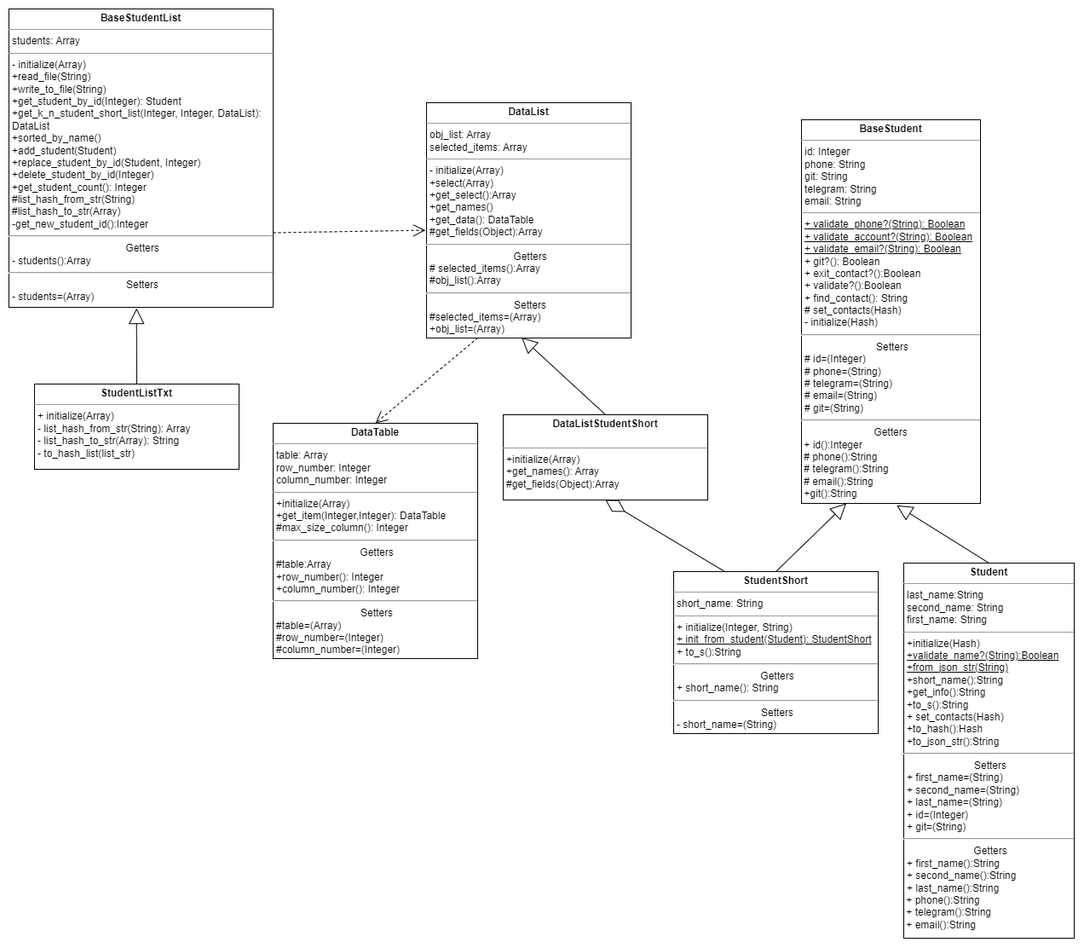
Before: lab2/diagrams/student_diagr.png, a diagram exported from draw.io (rmyau/pattern_labs). Source tidied: cells renumbered, new cells last; positions are measured from the earlier drawing's top-left corner, leaving out a move shared by most shapes.
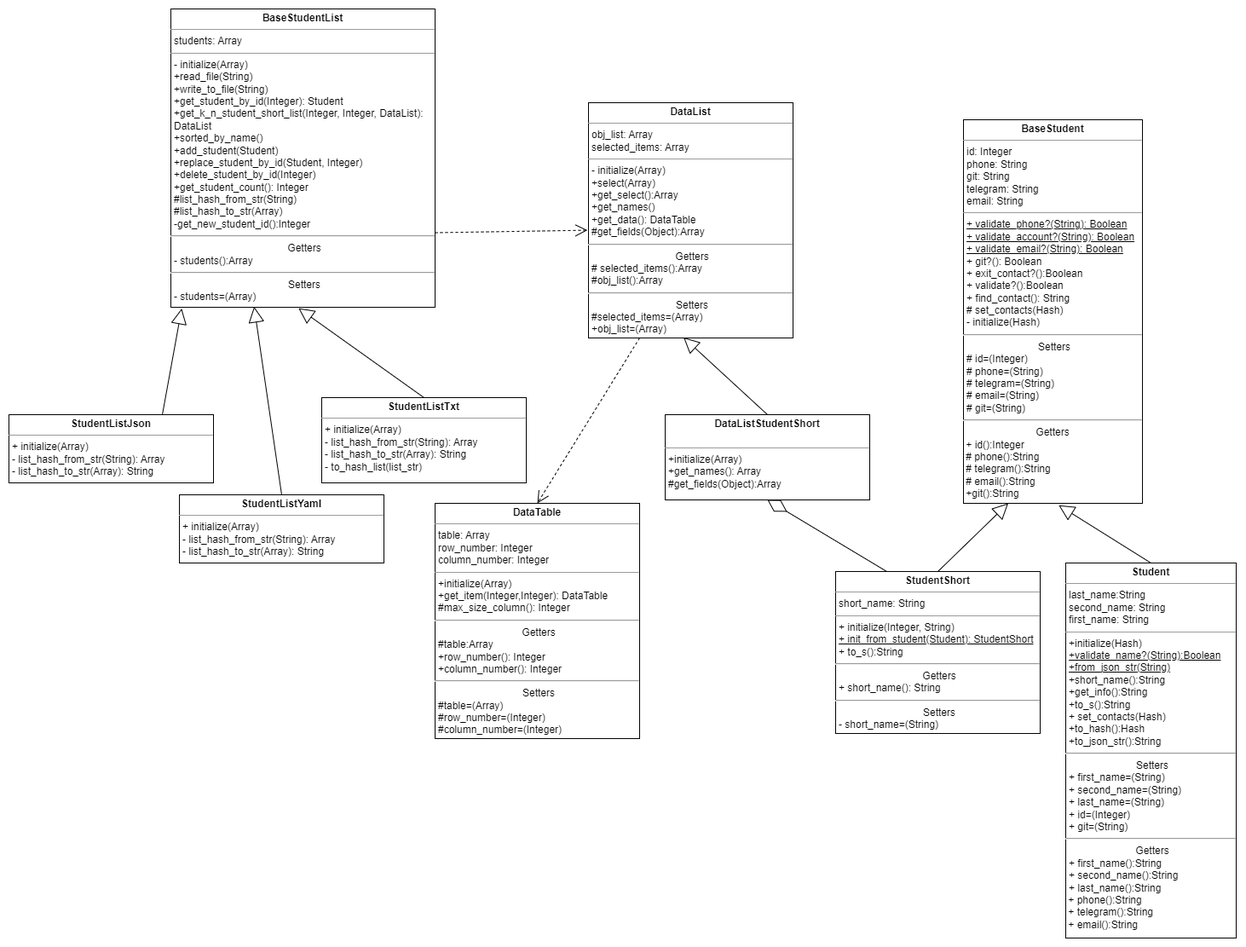
After the change.

Commit message:
+2.4_3 Добавлен класс StudentListYaml

Diff of the diagram source:
```diff
@@ -27,7 +27,7 @@
       <mxGeometry x="0.07" y="-15" relative="1" as="geometry" />
     </mxCell>
     <mxCell id="10" value="&lt;p style=&quot;margin:0px;margin-top:4px;text-align:center;&quot;&gt;&lt;b&gt;DataTable&lt;/b&gt;&lt;/p&gt;&lt;hr size=&quot;1&quot;&gt;&lt;p style=&quot;margin:0px;margin-left:4px;&quot;&gt;table: Array&lt;/p&gt;&lt;p style=&quot;margin:0px;margin-left:4px;&quot;&gt;row_number: Integer&lt;/p&gt;&lt;p style=&quot;margin:0px;margin-left:4px;&quot;&gt;column_number: Integer&lt;/p&gt;&lt;hr size=&quot;1&quot;&gt;&lt;p style=&quot;margin:0px;margin-left:4px;&quot;&gt;+initialize(Array)&lt;/p&gt;&lt;p style=&quot;margin:0px;margin-left:4px;&quot;&gt;+get_item(Integer,Integer): DataTable&lt;/p&gt;&lt;p style=&quot;margin:0px;margin-left:4px;&quot;&gt;#max_size_column(): Integer&lt;/p&gt;&lt;hr&gt;&lt;p style=&quot;text-align: center; margin: 0px 0px 0px 4px;&quot;&gt;&lt;/p&gt;&lt;p style=&quot;text-align: center; margin: 0px 0px 0px 4px;&quot;&gt;Getters&lt;/p&gt;&lt;p style=&quot;margin:0px;margin-left:4px;&quot;&gt;#table:Array&lt;/p&gt;&lt;p style=&quot;margin:0px;margin-left:4px;&quot;&gt;+row_number(): Integer&lt;/p&gt;&lt;p style=&quot;margin:0px;margin-left:4px;&quot;&gt;+column_number(): Integer&lt;/p&gt;&lt;hr&gt;&lt;p style=&quot;border-color: var(--border-color); text-align: center; margin: 0px 0px 0px 4px;&quot;&gt;Setters&lt;/p&gt;&lt;p style=&quot;border-color: var(--border-color); margin: 0px 0px 0px 4px;&quot;&gt;#table=(Array)&lt;/p&gt;&lt;p style=&quot;border-color: var(--border-color); margin: 0px 0px 0px 4px;&quot;&gt;#row_number=(Integer)&lt;/p&gt;&lt;p style=&quot;border-color: var(--border-color); margin: 0px 0px 0px 4px;&quot;&gt;#column_number=(Integer)&lt;/p&gt;" style="verticalAlign=top;align=left;overflow=fill;fontSize=12;fontFamily=Helvetica;html=1;whiteSpace=wrap;" parent="1" vertex="1">
-      <mxGeometry x="310" y="486" width="240" height="276" as="geometry" />
+      <mxGeometry x="310" y="580" width="240" height="276" as="geometry" />
     </mxCell>
     <mxCell id="11" value="Use" style="endArrow=open;endSize=12;dashed=1;html=1;rounded=0;entryX=0.5;entryY=0;entryDx=0;entryDy=0;exitX=0.25;exitY=1;exitDx=0;exitDy=0;textOpacity=0;" parent="1" edge="1" source="7" target="10">
       <mxGeometry relative="1" as="geometry" />
@@ -39,7 +39,7 @@
       <mxGeometry width="310" height="350" as="geometry" />
     </mxCell>
     <mxCell id="14" value="&lt;p style=&quot;margin:0px;margin-top:4px;text-align:center;&quot;&gt;&lt;b&gt;StudentListTxt&lt;/b&gt;&lt;/p&gt;&lt;hr size=&quot;1&quot;&gt;&lt;p style=&quot;margin:0px;margin-left:4px;&quot;&gt;+ initialize(Array)&lt;/p&gt;&lt;p style=&quot;margin:0px;margin-left:4px;&quot;&gt;- list_hash_from_str(String): Array&lt;/p&gt;&lt;p style=&quot;margin:0px;margin-left:4px;&quot;&gt;- list_hash_to_str(Array): String&lt;/p&gt;&lt;p style=&quot;margin:0px;margin-left:4px;&quot;&gt;- to_hash_list(list_str)&lt;/p&gt;&lt;p style=&quot;margin:0px;margin-left:4px;&quot;&gt;&lt;br&gt;&lt;/p&gt;&lt;p style=&quot;text-align: center; margin: 0px 0px 0px 4px;&quot;&gt;&lt;br&gt;&lt;/p&gt;" style="verticalAlign=top;align=left;overflow=fill;fontSize=12;fontFamily=Helvetica;html=1;whiteSpace=wrap;" parent="1" vertex="1">
-      <mxGeometry x="30" y="440" width="240" height="100" as="geometry" />
+      <mxGeometry x="177" y="456" width="240" height="100" as="geometry" />
     </mxCell>
     <mxCell id="15" value="Extends" style="endArrow=block;endSize=16;endFill=0;html=1;rounded=0;entryX=0.483;entryY=1.003;entryDx=0;entryDy=0;entryPerimeter=0;textOpacity=0;exitX=0.5;exitY=0;exitDx=0;exitDy=0;" parent="1" edge="1" source="14" target="13">
       <mxGeometry x="0.07" y="-15" relative="1" as="geometry" />
@@ -47,5 +47,17 @@
     <mxCell id="16" value="Use" style="endArrow=open;endSize=12;dashed=1;html=1;rounded=0;entryX=-0.005;entryY=0.542;entryDx=0;entryDy=0;exitX=1;exitY=0.75;exitDx=0;exitDy=0;textOpacity=0;entryPerimeter=0;" parent="1" edge="1" source="13" target="7">
       <mxGeometry relative="1" as="geometry" />
     </mxCell>
+    <mxCell id="17" value="&lt;p style=&quot;margin:0px;margin-top:4px;text-align:center;&quot;&gt;&lt;b&gt;StudentListJson&lt;/b&gt;&lt;/p&gt;&lt;hr size=&quot;1&quot;&gt;&lt;p style=&quot;margin:0px;margin-left:4px;&quot;&gt;+ initialize(Array)&lt;/p&gt;&lt;p style=&quot;margin:0px;margin-left:4px;&quot;&gt;- list_hash_from_str(String): Array&lt;/p&gt;&lt;p style=&quot;margin:0px;margin-left:4px;&quot;&gt;- list_hash_to_str(Array): String&lt;/p&gt;&lt;p style=&quot;text-align: center; margin: 0px 0px 0px 4px;&quot;&gt;&lt;br&gt;&lt;/p&gt;" style="verticalAlign=top;align=left;overflow=fill;fontSize=12;fontFamily=Helvetica;html=1;whiteSpace=wrap;" parent="1" vertex="1">
+      <mxGeometry x="-190" y="476" width="240" height="80" as="geometry" />
+    </mxCell>
+    <mxCell id="18" value="&lt;p style=&quot;margin:0px;margin-top:4px;text-align:center;&quot;&gt;&lt;b&gt;StudentListYaml&lt;/b&gt;&lt;/p&gt;&lt;hr size=&quot;1&quot;&gt;&lt;p style=&quot;margin:0px;margin-left:4px;&quot;&gt;+ initialize(Array)&lt;/p&gt;&lt;p style=&quot;margin:0px;margin-left:4px;&quot;&gt;- list_hash_from_str(String): Array&lt;/p&gt;&lt;p style=&quot;margin:0px;margin-left:4px;&quot;&gt;- list_hash_to_str(Array): String&lt;/p&gt;&lt;p style=&quot;margin:0px;margin-left:4px;&quot;&gt;&lt;br&gt;&lt;/p&gt;&lt;p style=&quot;text-align: center; margin: 0px 0px 0px 4px;&quot;&gt;&lt;br&gt;&lt;/p&gt;" style="verticalAlign=top;align=left;overflow=fill;fontSize=12;fontFamily=Helvetica;html=1;whiteSpace=wrap;" parent="1" vertex="1">
+      <mxGeometry x="10" y="570" width="240" height="80" as="geometry" />
+    </mxCell>
+    <mxCell id="19" value="Extends" style="endArrow=block;endSize=16;endFill=0;html=1;rounded=0;entryX=0.041;entryY=1.004;entryDx=0;entryDy=0;entryPerimeter=0;textOpacity=0;exitX=0.75;exitY=0;exitDx=0;exitDy=0;" parent="1" edge="1" source="17" target="13">
+      <mxGeometry x="0.07" y="-15" relative="1" as="geometry" />
+    </mxCell>
+    <mxCell id="20" value="Extends" style="endArrow=block;endSize=16;endFill=0;html=1;rounded=0;entryX=0.315;entryY=0.998;entryDx=0;entryDy=0;textOpacity=0;exitX=0.5;exitY=0;exitDx=0;exitDy=0;entryPerimeter=0;" parent="1" edge="1" source="18" target="13">
+      <mxGeometry x="0.07" y="-15" relative="1" as="geometry" />
+    </mxCell>
   </root>
 </mxGraphModel>
```
